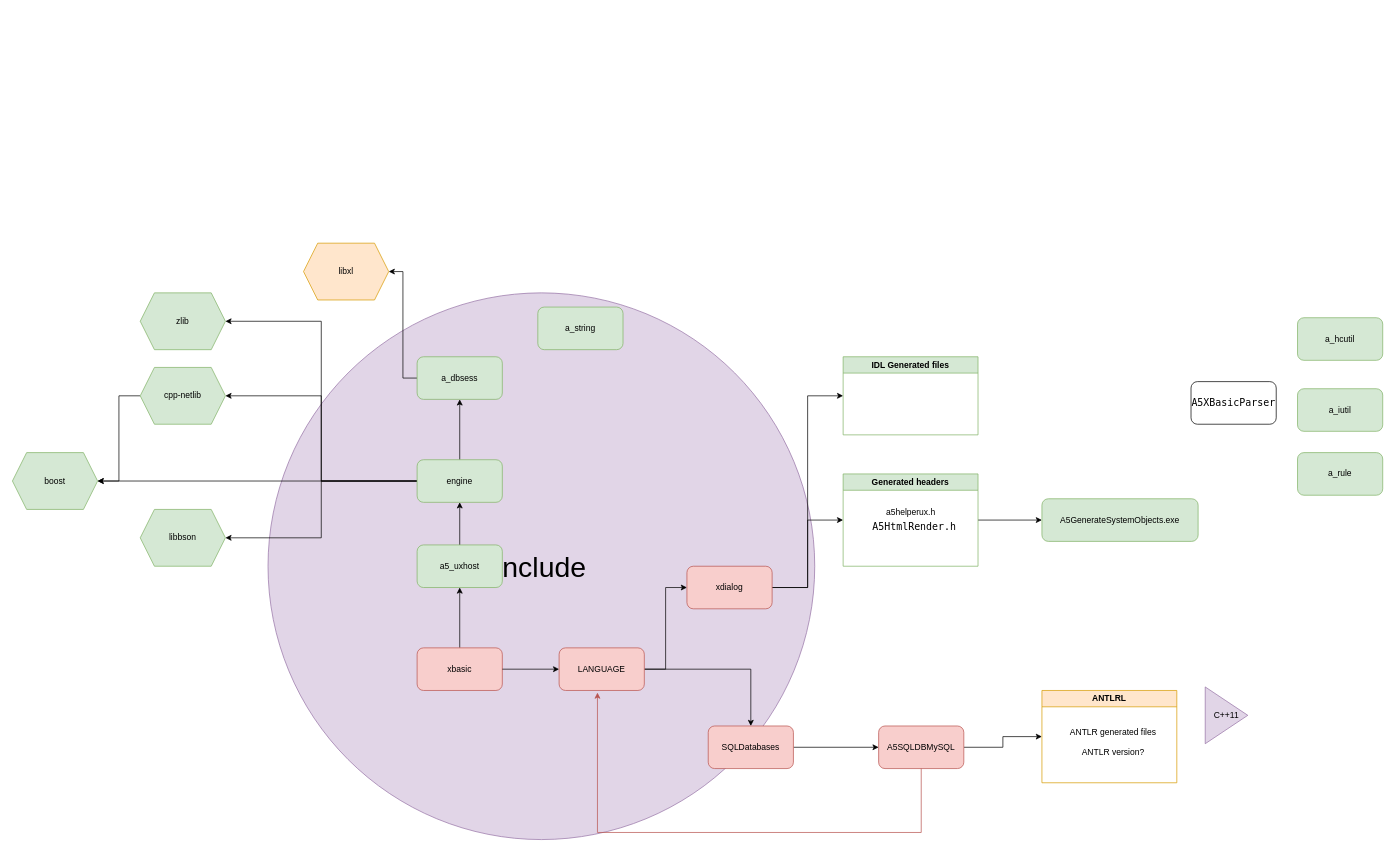
Above: A5_deps.drawio in rromrrom/something (draw.io), before the change. Source tidied: cells renumbered, new cells numbered last; positions are measured from the earlier drawing's top-left corner, leaving out a move shared by most shapes. Both pictures are drawn from the tidied source at 71%, with x=0, y=0 at pixel (12, 243).
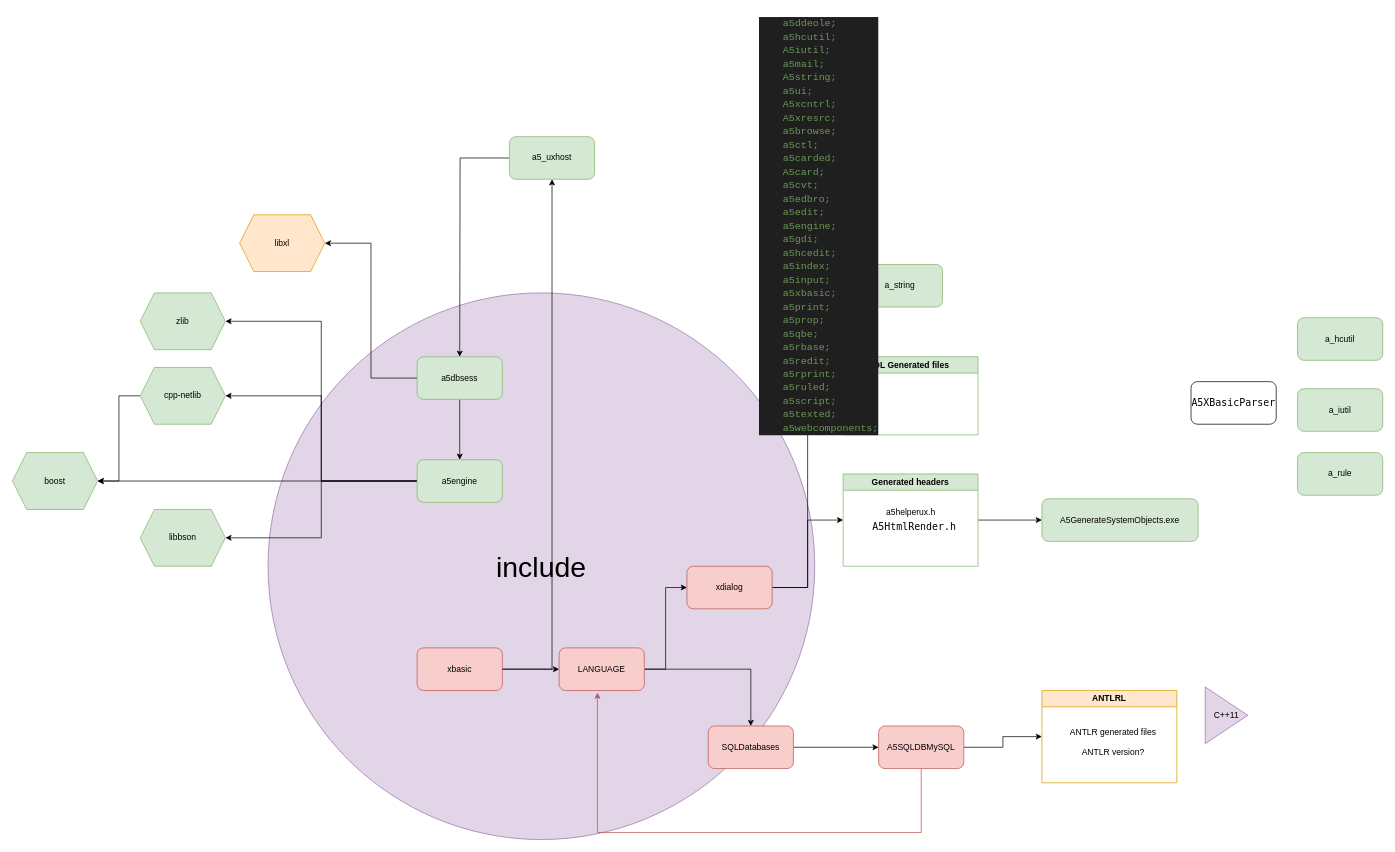
After the change.

Change to the diagram source:
```diff
@@
+    <mxCell id="47" style="edgeStyle=orthogonalEdgeStyle;rounded=0;jettySize=auto;html=1;entryX=0.5;entryY=0;entryDx=0;entryDy=0;" parent="1" edge="1" source="4" target="11">
+      <mxGeometry relative="1" as="geometry" />
+    </mxCell>
@@
-    <mxCell id="4" value="a_dbsess" style="rounded=1;whiteSpace=wrap;html=1;fillColor=#d5e8d4;strokeColor=#82b366;" parent="1" vertex="1">
+    <mxCell id="4" value="a5dbsess" style="rounded=1;whiteSpace=wrap;html=1;fillColor=#d5e8d4;strokeColor=#82b366;" parent="1" vertex="1">
       <mxGeometry x="570" y="160" width="120" height="60" as="geometry" />
     </mxCell>
@@
-    <mxCell id="6" style="edgeStyle=orthogonalEdgeStyle;rounded=0;jettySize=auto;html=1;entryX=0.5;entryY=1;entryDx=0;entryDy=0;" parent="1" edge="1" source="11" target="4">
-      <mxGeometry relative="1" as="geometry" />
-    </mxCell>
@@
-    <mxCell id="11" value="engine" style="rounded=1;whiteSpace=wrap;html=1;fillColor=#d5e8d4;strokeColor=#82b366;" parent="1" vertex="1">
+    <mxCell id="11" value="a5engine" style="rounded=1;whiteSpace=wrap;html=1;fillColor=#d5e8d4;strokeColor=#82b366;" parent="1" vertex="1">
       <mxGeometry x="570" y="305" width="120" height="60" as="geometry" />
     </mxCell>
-    <mxCell id="12" style="edgeStyle=orthogonalEdgeStyle;rounded=0;jettySize=auto;html=1;entryX=0.5;entryY=1;entryDx=0;entryDy=0;" parent="1" edge="1" source="13" target="11">
-      <mxGeometry relative="1" as="geometry" />
-    </mxCell>
+    <mxCell id="48" style="edgeStyle=orthogonalEdgeStyle;rounded=0;jettySize=auto;html=1;" parent="1" edge="1" source="13">
+      <mxGeometry relative="1" as="geometry">
+        <mxPoint x="630" y="160" as="targetPoint" />
+      </mxGeometry>
+    </mxCell>
     <mxCell id="13" value="a5_uxhost" style="rounded=1;whiteSpace=wrap;html=1;fillColor=#d5e8d4;strokeColor=#82b366;" parent="1" vertex="1">
-      <mxGeometry x="570" y="425" width="120" height="60" as="geometry" />
+      <mxGeometry x="700" y="-150" width="120" height="60" as="geometry" />
     </mxCell>
@@
     <mxCell id="16" value="a_string" style="rounded=1;whiteSpace=wrap;html=1;fillColor=#d5e8d4;strokeColor=#82b366;" parent="1" vertex="1">
-      <mxGeometry x="740" y="90" width="120" height="60" as="geometry" />
+      <mxGeometry x="1190" y="30" width="120" height="60" as="geometry" />
     </mxCell>
@@
     <mxCell id="35" value="libxl" style="shape=hexagon;perimeter=hexagonPerimeter2;whiteSpace=wrap;html=1;fixedSize=1;fillColor=#ffe6cc;strokeColor=#d79b00;" parent="1" vertex="1">
-      <mxGeometry x="410" width="120" height="80" as="geometry" />
+      <mxGeometry x="320" y="-40" width="120" height="80" as="geometry" />
     </mxCell>
@@
+    <mxCell id="49" value="&lt;div style=&quot;color: rgb(204, 204, 204); background-color: rgb(31, 31, 31); font-family: Consolas, &amp;quot;Courier New&amp;quot;, monospace; font-weight: normal; font-size: 14px; line-height: 19px;&quot;&gt;&lt;div&gt;&lt;span style=&quot;color: rgb(106, 153, 85);&quot;&gt;&amp;nbsp; &amp;nbsp; a5ddeole;&lt;/span&gt;&lt;br&gt;&lt;/div&gt;&lt;div&gt;&lt;span style=&quot;color: #6a9955;&quot;&gt;&amp;nbsp; &amp;nbsp; a5hcutil;&lt;/span&gt;&lt;/div&gt;&lt;div&gt;&lt;span style=&quot;color: #6a9955;&quot;&gt;&amp;nbsp; &amp;nbsp; A5iutil;&lt;/span&gt;&lt;/div&gt;&lt;div&gt;&lt;span style=&quot;color: #6a9955;&quot;&gt;&amp;nbsp; &amp;nbsp; a5mail;&lt;/span&gt;&lt;/div&gt;&lt;div&gt;&lt;span style=&quot;color: #6a9955;&quot;&gt;&amp;nbsp; &amp;nbsp; A5string;&lt;/span&gt;&lt;/div&gt;&lt;div&gt;&lt;span style=&quot;color: #6a9955;&quot;&gt;&amp;nbsp; &amp;nbsp; a5ui;&lt;/span&gt;&lt;/div&gt;&lt;div&gt;&lt;span style=&quot;color: #6a9955;&quot;&gt;&amp;nbsp; &amp;nbsp; A5xcntrl;&lt;/span&gt;&lt;/div&gt;&lt;div&gt;&lt;span style=&quot;color: #6a9955;&quot;&gt;&amp;nbsp; &amp;nbsp; A5xresrc;&lt;/span&gt;&lt;/div&gt;&lt;div&gt;&lt;span style=&quot;color: #6a9955;&quot;&gt;&amp;nbsp; &amp;nbsp; a5browse;&lt;/span&gt;&lt;/div&gt;&lt;div&gt;&lt;span style=&quot;color: #6a9955;&quot;&gt;&amp;nbsp; &amp;nbsp; a5ctl;&lt;/span&gt;&lt;/div&gt;&lt;div&gt;&lt;span style=&quot;color: #6a9955;&quot;&gt;&amp;nbsp; &amp;nbsp; a5carded;&lt;/span&gt;&lt;/div&gt;&lt;div&gt;&lt;span style=&quot;color: #6a9955;&quot;&gt;&amp;nbsp; &amp;nbsp; A5card;&lt;/span&gt;&lt;/div&gt;&lt;div&gt;&lt;span style=&quot;color: #6a9955;&quot;&gt;&amp;nbsp; &amp;nbsp; a5cvt;&lt;/span&gt;&lt;/div&gt;&lt;div&gt;&lt;span style=&quot;color: #6a9955;&quot;&gt;&amp;nbsp; &amp;nbsp; a5edbro;&lt;/span&gt;&lt;/div&gt;&lt;div&gt;&lt;span style=&quot;color: #6a9955;&quot;&gt;&amp;nbsp; &amp;nbsp; a5edit;&lt;/span&gt;&lt;/div&gt;&lt;div&gt;&lt;span style=&quot;color: #6a9955;&quot;&gt;&amp;nbsp; &amp;nbsp; a5engine;&lt;/span&gt;&lt;/div&gt;&lt;div&gt;&lt;span style=&quot;color: #6a9955;&quot;&gt;&amp;nbsp; &amp;nbsp; a5gdi;&lt;/span&gt;&lt;/div&gt;&lt;div&gt;&lt;span style=&quot;color: #6a9955;&quot;&gt;&amp;nbsp; &amp;nbsp; a5hcedit;&lt;/span&gt;&lt;/div&gt;&lt;div&gt;&lt;span style=&quot;color: #6a9955;&quot;&gt;&amp;nbsp; &amp;nbsp; a5index;&lt;/span&gt;&lt;/div&gt;&lt;div&gt;&lt;span style=&quot;color: #6a9955;&quot;&gt;&amp;nbsp; &amp;nbsp; a5input;&lt;/span&gt;&lt;/div&gt;&lt;div&gt;&lt;span style=&quot;color: #6a9955;&quot;&gt;&amp;nbsp; &amp;nbsp; a5xbasic;&lt;/span&gt;&lt;/div&gt;&lt;div&gt;&lt;span style=&quot;color: #6a9955;&quot;&gt;&amp;nbsp; &amp;nbsp; a5print;&lt;/span&gt;&lt;/div&gt;&lt;div&gt;&lt;span style=&quot;color: #6a9955;&quot;&gt;&amp;nbsp; &amp;nbsp; a5prop;&lt;/span&gt;&lt;/div&gt;&lt;div&gt;&lt;span style=&quot;color: #6a9955;&quot;&gt;&amp;nbsp; &amp;nbsp; a5qbe;&lt;/span&gt;&lt;/div&gt;&lt;div&gt;&lt;span style=&quot;color: #6a9955;&quot;&gt;&amp;nbsp; &amp;nbsp; a5rbase;&lt;/span&gt;&lt;/div&gt;&lt;div&gt;&lt;span style=&quot;color: #6a9955;&quot;&gt;&amp;nbsp; &amp;nbsp; a5redit;&lt;/span&gt;&lt;/div&gt;&lt;div&gt;&lt;span style=&quot;color: #6a9955;&quot;&gt;&amp;nbsp; &amp;nbsp; a5rprint;&lt;/span&gt;&lt;/div&gt;&lt;div&gt;&lt;span style=&quot;color: #6a9955;&quot;&gt;&amp;nbsp; &amp;nbsp; a5ruled;&lt;/span&gt;&lt;/div&gt;&lt;div&gt;&lt;span style=&quot;color: #6a9955;&quot;&gt;&amp;nbsp; &amp;nbsp; a5script;&lt;/span&gt;&lt;/div&gt;&lt;div&gt;&lt;span style=&quot;color: #6a9955;&quot;&gt;&amp;nbsp; &amp;nbsp; a5texted;&lt;/span&gt;&lt;/div&gt;&lt;div&gt;&lt;span style=&quot;color: #6a9955;&quot;&gt;&amp;nbsp; &amp;nbsp; a5webcomponents;&lt;/span&gt;&lt;/div&gt;&lt;/div&gt;" style="text;whiteSpace=wrap;html=1;" parent="1" vertex="1">
+      <mxGeometry x="1050" y="-325" width="190" height="650" as="geometry" />
+    </mxCell>
```
